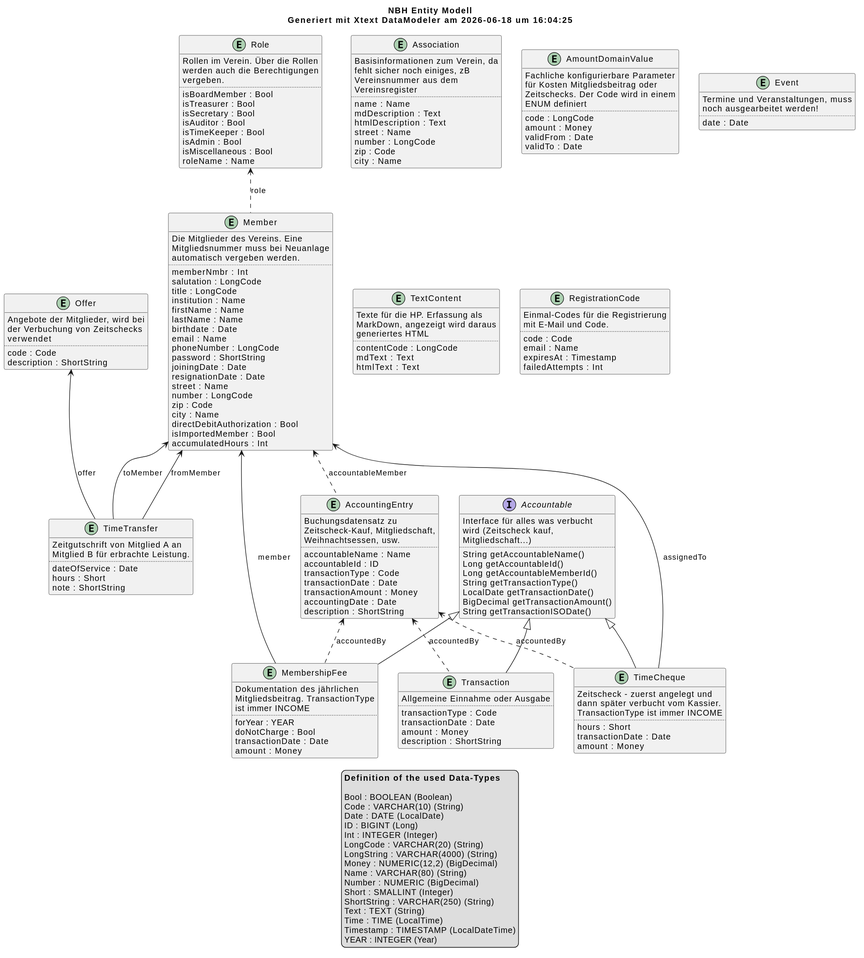
nabahilfe/NBHWebApp keeps this PlantUML diagram as NBH/NBH Entity Model.svg. Above is the earlier version.
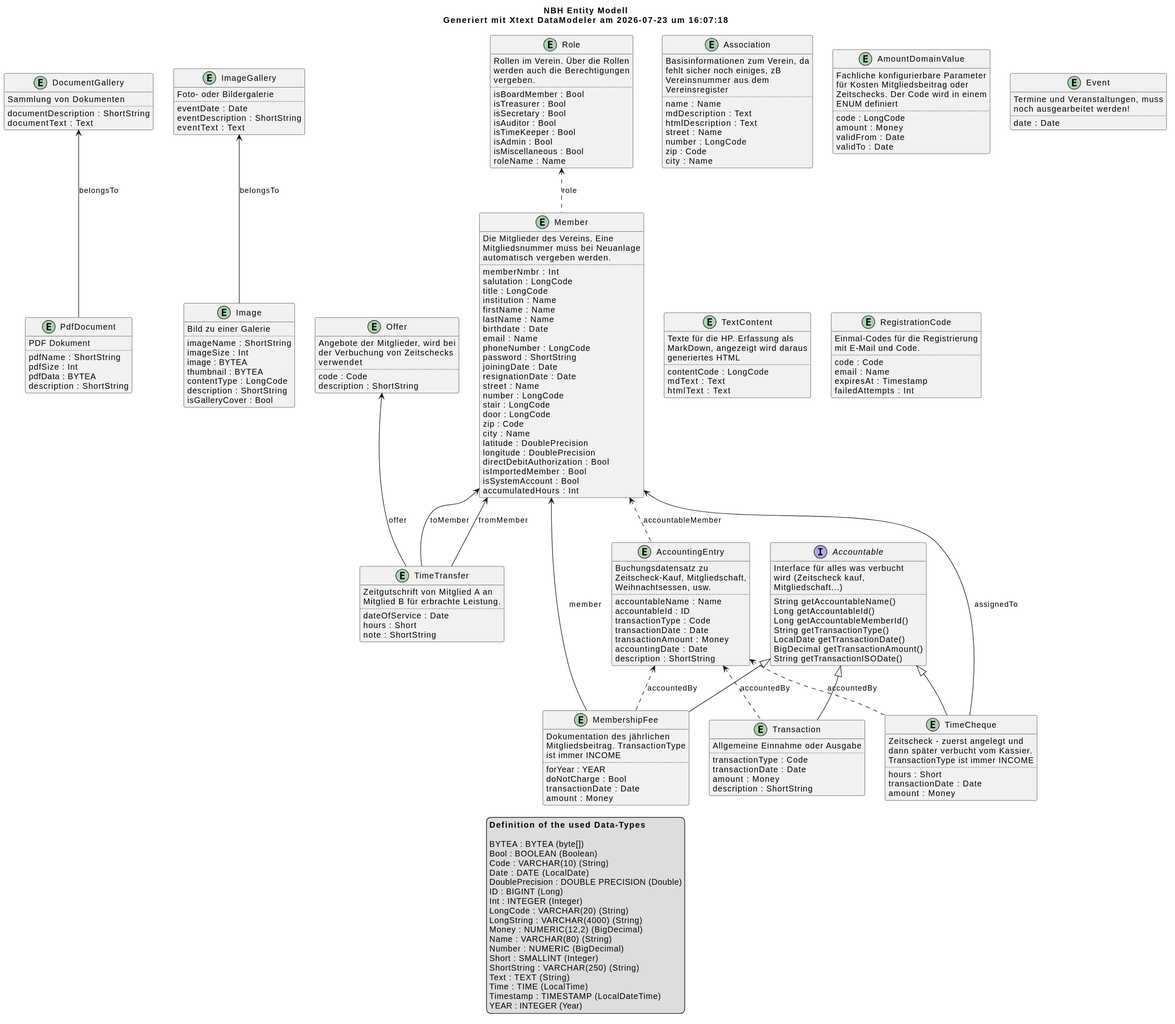
The same file after the commit.

The edit, as a diff of the source:
```diff
@@ -4,7 +4,7 @@
 
 title
 NBH Entity Modell
-Generiert mit Xtext DataModeler am 2026-06-18 um 16:04:25
+Generiert mit Xtext DataModeler am 2026-07-23 um 16:07:18
 endtitle
 
 entity Association {
@@ -97,10 +97,15 @@
     {field} resignationDate : Date
     {field} street : Name
     {field} number : LongCode
+    {field} stair : LongCode
+    {field} door : LongCode
     {field} zip : Code
     {field} city : Name
+    {field} latitude : DoublePrecision
+    {field} longitude : DoublePrecision
     {field} directDebitAuthorization : Bool
     {field} isImportedMember : Bool
+    {field} isSystemAccount : Bool
     {field} accumulatedHours : Int
 }
 entity MembershipFee {
@@ -151,6 +156,38 @@
     {field} amount : Money
     {field} description : ShortString
 }
+entity ImageGallery {
+    Foto- oder Bildergalerie
+    ..
+    {field} eventDate : Date
+    {field} eventDescription : ShortString
+    {field} eventText : Text
+}
+entity Image {
+    Bild zu einer Galerie
+    ..
+    {field} imageName : ShortString
+    {field} imageSize : Int
+    {field} image : BYTEA
+    {field} thumbnail : BYTEA
+    {field} contentType : LongCode
+    {field} description : ShortString
+    {field} isGalleryCover : Bool
+}
+entity DocumentGallery {
+    Sammlung von Dokumenten
+    ..
+    {field} documentDescription : ShortString
+    {field} documentText : Text
+}
+entity PdfDocument {
+    PDF Dokument
+    ..
+    {field} pdfName : ShortString
+    {field} pdfSize : Int
+    {field} pdfData : BYTEA
+    {field} description : ShortString
+}
 
 interface Accountable {
     Interface für alles was verbucht
@@ -179,15 +216,19 @@
 AccountingEntry .up.> Member : accountableMember
 Transaction .up.> AccountingEntry : accountedBy
 Transaction -up-|> Accountable
+Image -up-> ImageGallery : belongsTo
+PdfDocument -up-> DocumentGallery : belongsTo
 
 
 
 legend
 **Definition of the used Data-Types**
 
+BYTEA : BYTEA (byte[])
 Bool : BOOLEAN (Boolean)
 Code : VARCHAR(10) (String)
 Date : DATE (LocalDate)
+DoublePrecision : DOUBLE PRECISION (Double)
 ID : BIGINT (Long)
 Int : INTEGER (Integer)
 LongCode : VARCHAR(20) (String)
```
